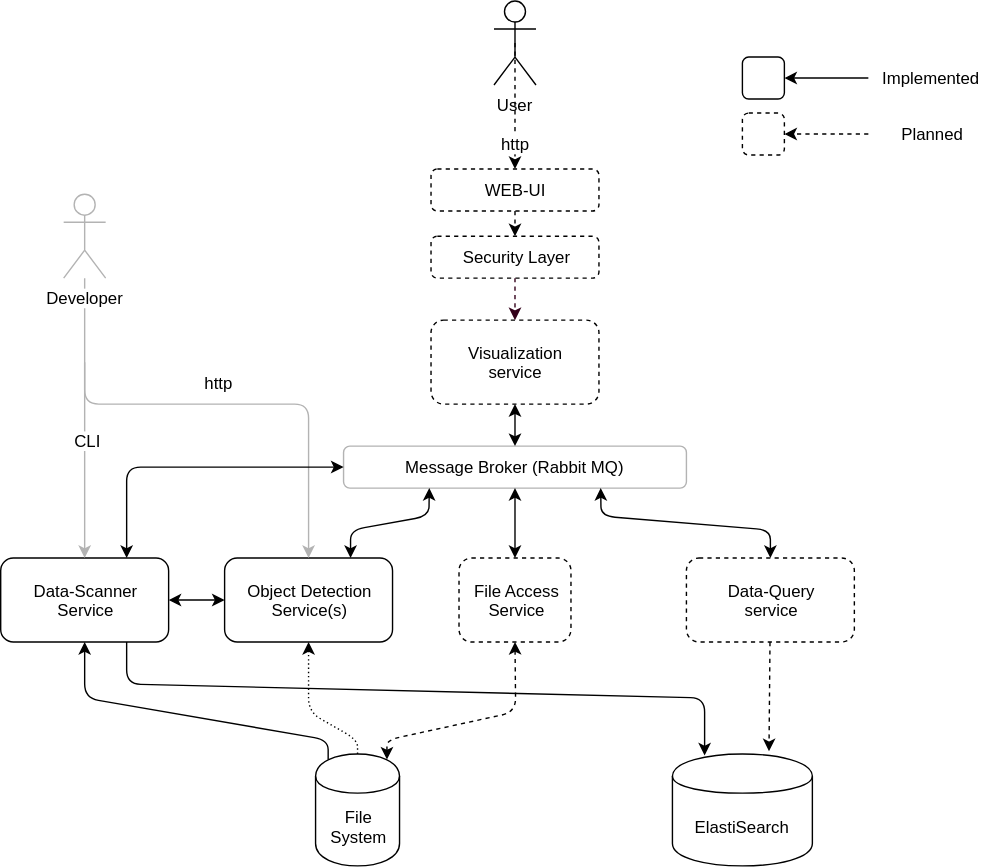
Above: docs/architecture-01.svg in jveverka/data-lab (draw.io), before the change. Source tidied: cells renumbered, new cells last; positions are measured from the earlier drawing's top-left corner, leaving out a move shared by most shapes.
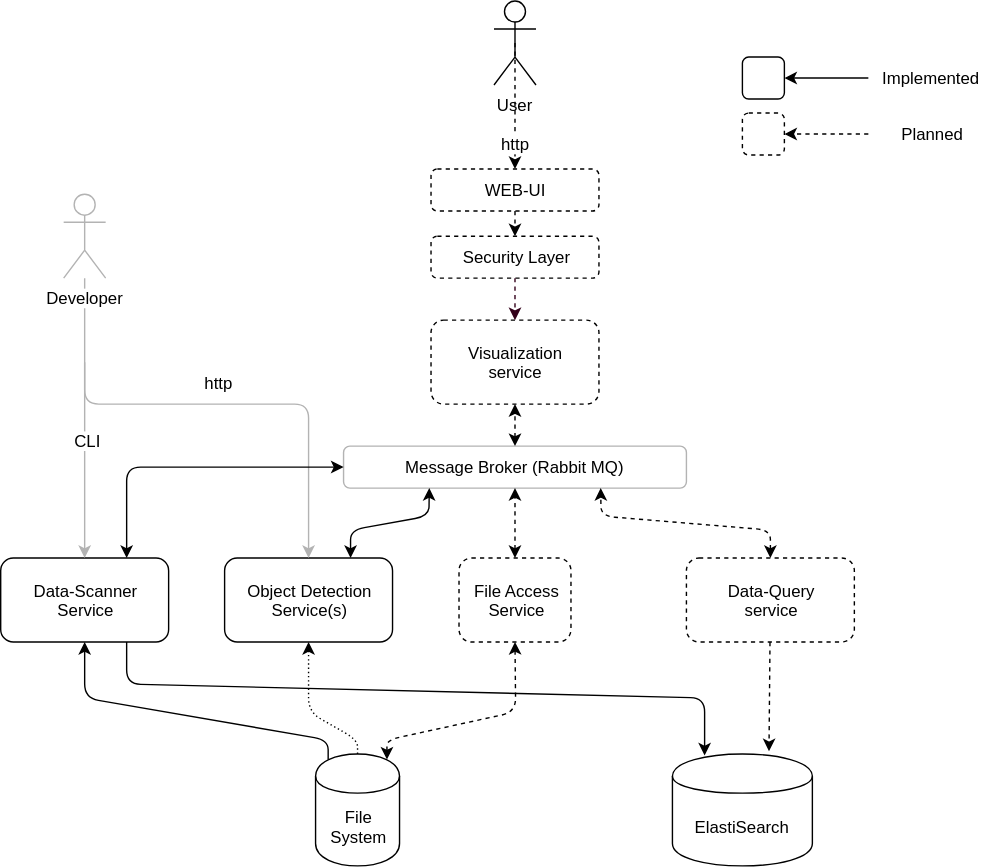
Later version of the same file.

What changed in the source:
```diff
@@ -73,9 +73,6 @@
         </Array>
       </mxGeometry>
     </mxCell>
-    <mxCell id="20" style="endArrow=classic;html=1;entryX=1;entryY=0.5;entryDx=0;entryDy=0;exitX=0;exitY=0.5;exitDx=0;exitDy=0;startArrow=classic;startFill=1;" parent="1" edge="1" source="13" target="2">
-      <mxGeometry relative="1" as="geometry" />
-    </mxCell>
     <mxCell id="21" style="endArrow=classic;html=1;entryX=0.5;entryY=0;entryDx=0;entryDy=0;strokeColor=#B3B3B3;" parent="1" edge="1" target="13">
       <mxGeometry relative="1" as="geometry">
         <mxPoint x="60" y="258" as="sourcePoint" />
@@ -147,10 +144,10 @@
         </Array>
       </mxGeometry>
     </mxCell>
-    <mxCell id="36" style="endArrow=classic;startArrow=classic;html=1;entryX=0.5;entryY=1;entryDx=0;entryDy=0;exitX=0.5;exitY=0;exitDx=0;exitDy=0;" parent="1" edge="1" source="29" target="33">
+    <mxCell id="36" style="endArrow=classic;startArrow=classic;html=1;entryX=0.5;entryY=1;entryDx=0;entryDy=0;exitX=0.5;exitY=0;exitDx=0;exitDy=0;dashed=1;" parent="1" edge="1" source="29" target="33">
       <mxGeometry relative="1" as="geometry" />
     </mxCell>
-    <mxCell id="37" style="endArrow=classic;startArrow=classic;html=1;entryX=0.75;entryY=1;entryDx=0;entryDy=0;exitX=0.5;exitY=0;exitDx=0;exitDy=0;" parent="1" edge="1" source="10" target="33">
+    <mxCell id="37" style="endArrow=classic;startArrow=classic;html=1;entryX=0.75;entryY=1;entryDx=0;entryDy=0;exitX=0.5;exitY=0;exitDx=0;exitDy=0;dashed=1;" parent="1" edge="1" source="10" target="33">
       <mxGeometry relative="1" as="geometry">
         <Array as="points">
           <mxPoint x="550" y="378" />
@@ -158,7 +155,7 @@
         </Array>
       </mxGeometry>
     </mxCell>
-    <mxCell id="38" style="endArrow=classic;startArrow=classic;html=1;entryX=0.5;entryY=1;entryDx=0;entryDy=0;exitX=0.5;exitY=0;exitDx=0;exitDy=0;" parent="1" edge="1" source="33" target="12">
+    <mxCell id="38" style="endArrow=classic;startArrow=classic;html=1;entryX=0.5;entryY=1;entryDx=0;entryDy=0;exitX=0.5;exitY=0;exitDx=0;exitDy=0;dashed=1;" parent="1" edge="1" source="33" target="12">
       <mxGeometry relative="1" as="geometry" />
     </mxCell>
   </root>
```
